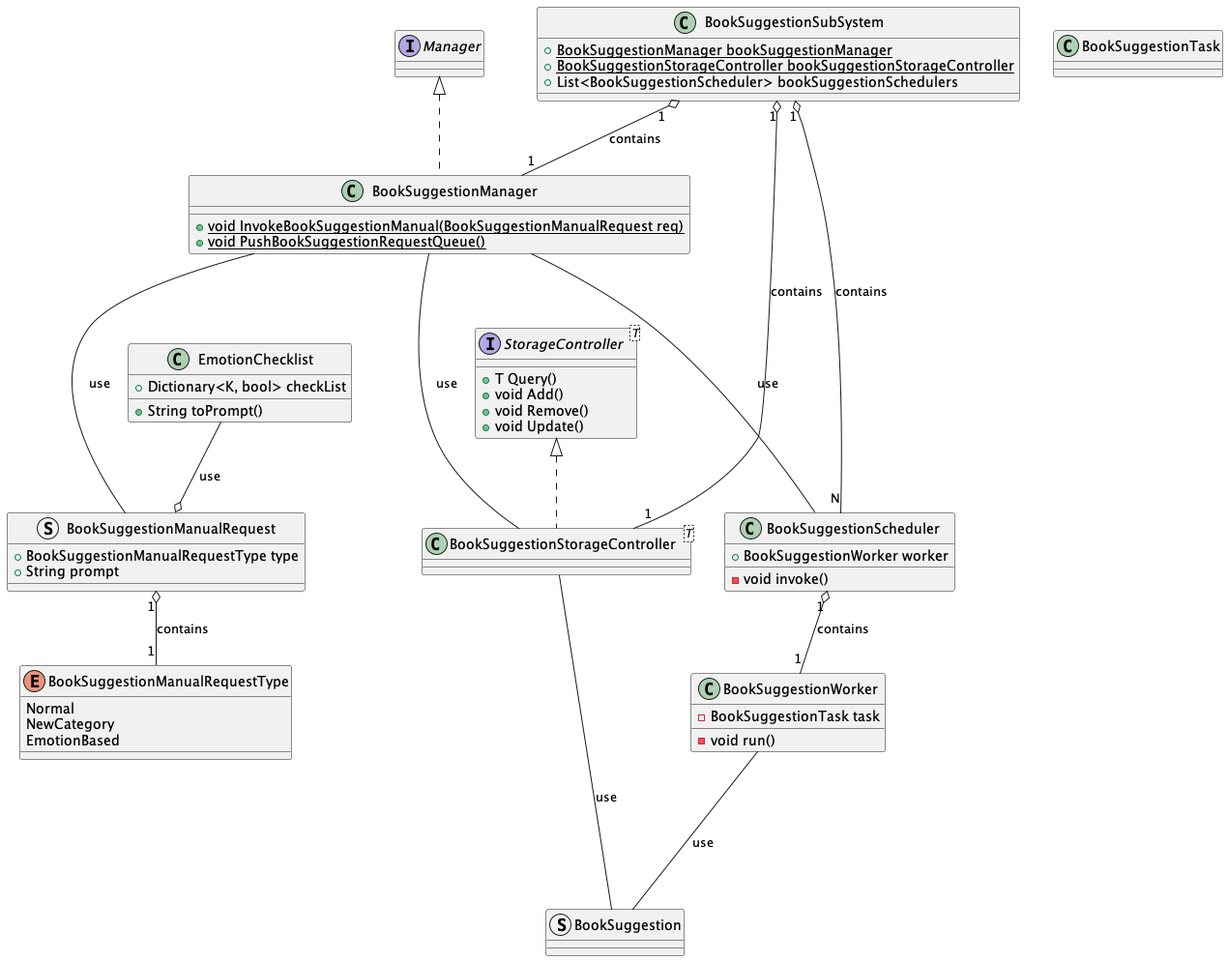
ShapeLayer/se-lecture-task__project-structure-definitions keeps this PlantUML diagram as rendered/BookSuggestion.png. Above is the earlier version.
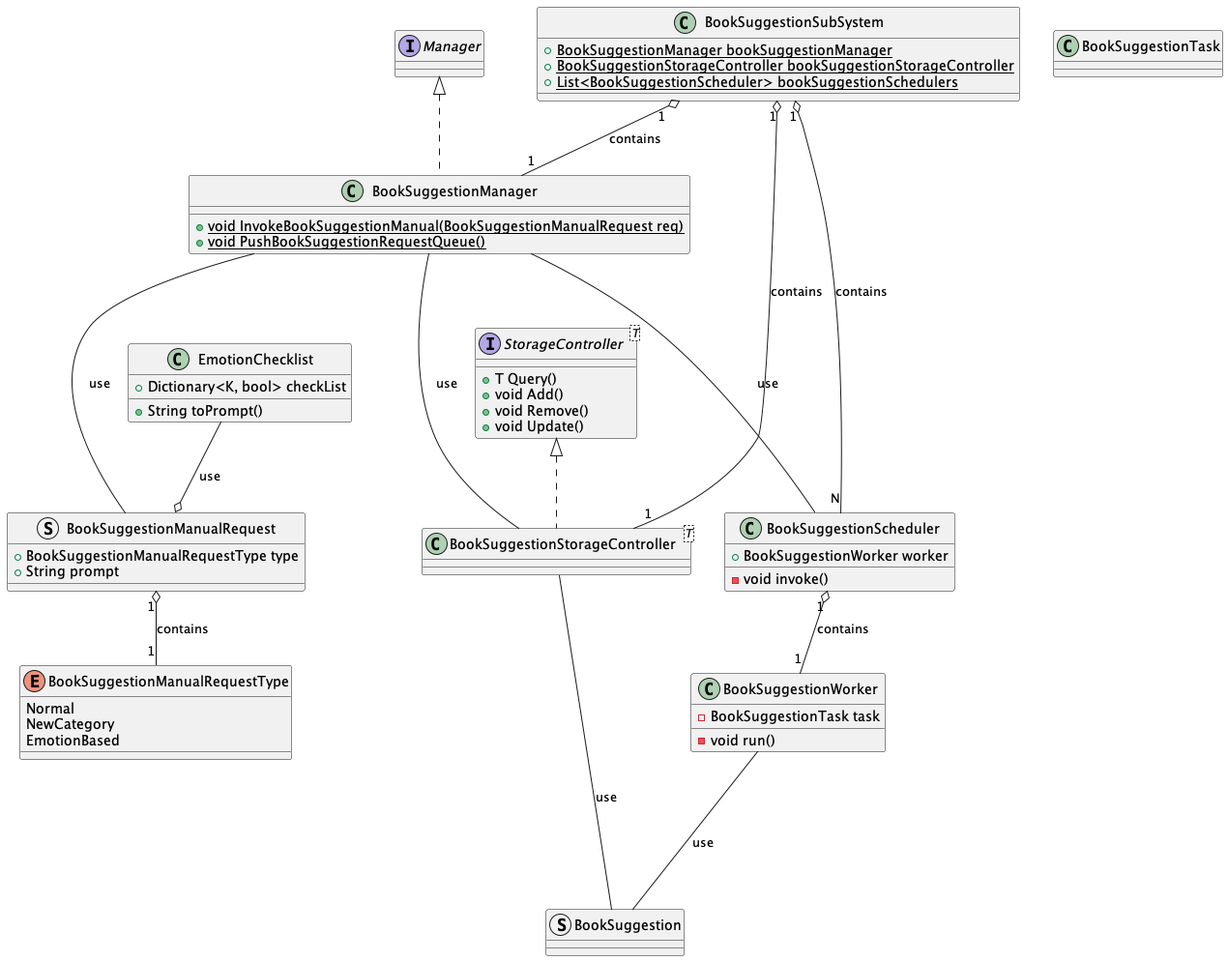
Later version of the same file.

Commit message:
Add Entire diagram (merged)

Diff of the diagram source:
```diff
@@ -54,7 +54,7 @@
 class BookSuggestionSubSystem {
     + {static} BookSuggestionManager bookSuggestionManager
     + {static} BookSuggestionStorageController bookSuggestionStorageController
-    + List<BookSuggestionScheduler> bookSuggestionSchedulers
+    + {static} List<BookSuggestionScheduler> bookSuggestionSchedulers
 }
 
 BookSuggestionSubSystem "1" o-- "1" BookSuggestionManager : contains
```
